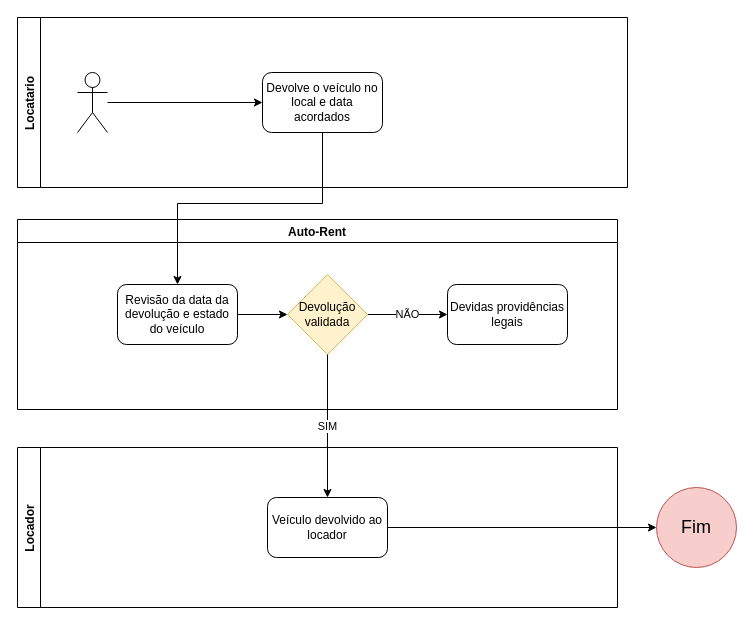
This is Devolucao.drawio from patrickm97/Auto-Rent, a draw.io file, before an edit. Source tidied: cells renumbered, new cells numbered last; positions are measured from the earlier drawing's top-left corner, leaving out a move shared by most shapes. Both pictures are drawn from the tidied source at 100%, with x=0, y=0 at pixel (17, 17).
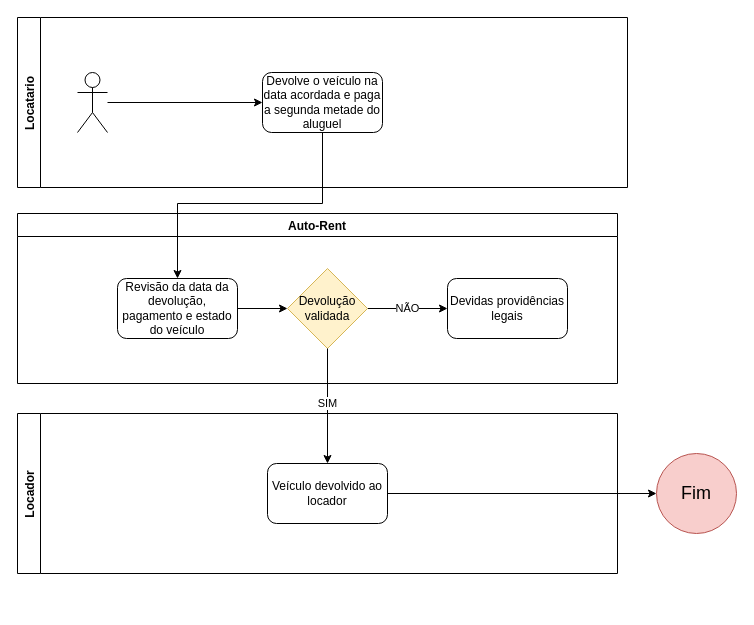
Above is the later version.

What changed in the source:
```diff
@@
 <mxGraphModel>
   <root>
     <mxCell id="0" />
     <mxCell id="1" parent="0" />
     <mxCell id="2" value="Locatario" style="swimlane;horizontal=0;" parent="1" vertex="1">
       <mxGeometry width="610" height="170" as="geometry" />
     </mxCell>
     <mxCell id="3" style="edgeStyle=orthogonalEdgeStyle;rounded=0;jettySize=auto;html=1;entryX=0;entryY=0.5;entryDx=0;entryDy=0;" parent="2" edge="1" source="4" target="5">
       <mxGeometry relative="1" as="geometry" />
     </mxCell>
     <mxCell id="4" style="shape=umlActor;verticalLabelPosition=bottom;verticalAlign=top;html=1;outlineConnect=0;" parent="2" vertex="1">
       <mxGeometry x="60" y="55" width="30" height="60" as="geometry" />
     </mxCell>
-    <mxCell id="5" value="Devolve o veículo no local e data acordados" style="rounded=1;whiteSpace=wrap;html=1;" parent="2" vertex="1">
+    <mxCell id="5" value="Devolve o veículo na data acordada e paga a segunda metade do aluguel" style="rounded=1;whiteSpace=wrap;html=1;" parent="2" vertex="1">
       <mxGeometry x="245" y="55" width="120" height="60" as="geometry" />
     </mxCell>
     <mxCell id="6" value="Locador" style="swimlane;horizontal=0;direction=east;" parent="1" vertex="1">
-      <mxGeometry y="430" width="600" height="160" as="geometry" />
+      <mxGeometry y="396" width="600" height="160" as="geometry" />
     </mxCell>
     <mxCell id="7" value="Veículo devolvido ao locador" style="rounded=1;whiteSpace=wrap;html=1;" parent="6" vertex="1">
       <mxGeometry x="250" y="50" width="120" height="60" as="geometry" />
     </mxCell>
     <mxCell id="8" value="Auto-Rent" style="swimlane;" parent="1" vertex="1">
-      <mxGeometry y="202" width="600" height="190" as="geometry" />
+      <mxGeometry y="196" width="600" height="170" as="geometry" />
     </mxCell>
     <mxCell id="9" style="edgeStyle=orthogonalEdgeStyle;rounded=0;jettySize=auto;html=1;entryX=0;entryY=0.5;entryDx=0;entryDy=0;" parent="8" edge="1" source="10" target="12">
       <mxGeometry relative="1" as="geometry" />
     </mxCell>
-    <mxCell id="10" value="Revisão da data da devolução e estado do veículo" style="rounded=1;whiteSpace=wrap;html=1;gradientColor=#ffffff;" parent="8" vertex="1">
+    <mxCell id="10" value="Revisão da data da devolução, pagamento e estado do veículo" style="rounded=1;whiteSpace=wrap;html=1;gradientColor=#ffffff;" parent="8" vertex="1">
       <mxGeometry x="100" y="65" width="120" height="60" as="geometry" />
     </mxCell>
     <mxCell id="11" value="NÃO" style="edgeStyle=orthogonalEdgeStyle;rounded=0;jettySize=auto;html=1;entryX=0;entryY=0.5;entryDx=0;entryDy=0;" parent="8" edge="1" source="12" target="13">
       <mxGeometry relative="1" as="geometry" />
     </mxCell>
     <mxCell id="12" value="Devolução&lt;br&gt;validada" style="rhombus;whiteSpace=wrap;html=1;fillColor=#fff2cc;strokeColor=#d6b656;" parent="8" vertex="1">
       <mxGeometry x="270" y="55" width="80" height="80" as="geometry" />
     </mxCell>
     <mxCell id="13" value="Devidas providências legais" style="rounded=1;whiteSpace=wrap;html=1;gradientColor=#ffffff;" parent="8" vertex="1">
       <mxGeometry x="430" y="65" width="120" height="60" as="geometry" />
     </mxCell>
     <mxCell id="14" value="SIM" style="edgeStyle=orthogonalEdgeStyle;rounded=0;jettySize=auto;html=1;entryX=0.5;entryY=0;entryDx=0;entryDy=0;" parent="1" edge="1" source="12" target="7">
-      <mxGeometry relative="1" as="geometry" />
+      <mxGeometry x="-0.04" relative="1" as="geometry" />
     </mxCell>
     <mxCell id="15" value="Fim" style="ellipse;whiteSpace=wrap;html=1;fontSize=18;fillColor=#f8cecc;strokeColor=#b85450;" parent="1" vertex="1">
-      <mxGeometry x="639" y="470" width="80" height="80" as="geometry" />
+      <mxGeometry x="639" y="436" width="80" height="80" as="geometry" />
     </mxCell>
     <mxCell id="16" style="edgeStyle=orthogonalEdgeStyle;rounded=0;jettySize=auto;html=1;" parent="1" edge="1" source="7" target="15">
       <mxGeometry relative="1" as="geometry" />
     </mxCell>
     <mxCell id="17" style="edgeStyle=orthogonalEdgeStyle;rounded=0;jettySize=auto;html=1;entryX=0.5;entryY=0;entryDx=0;entryDy=0;" parent="1" edge="1" source="5" target="10">
       <mxGeometry relative="1" as="geometry">
         <Array as="points">
           <mxPoint x="305" y="186" />
           <mxPoint x="160" y="186" />
         </Array>
       </mxGeometry>
     </mxCell>
   </root>
 </mxGraphModel>
```
